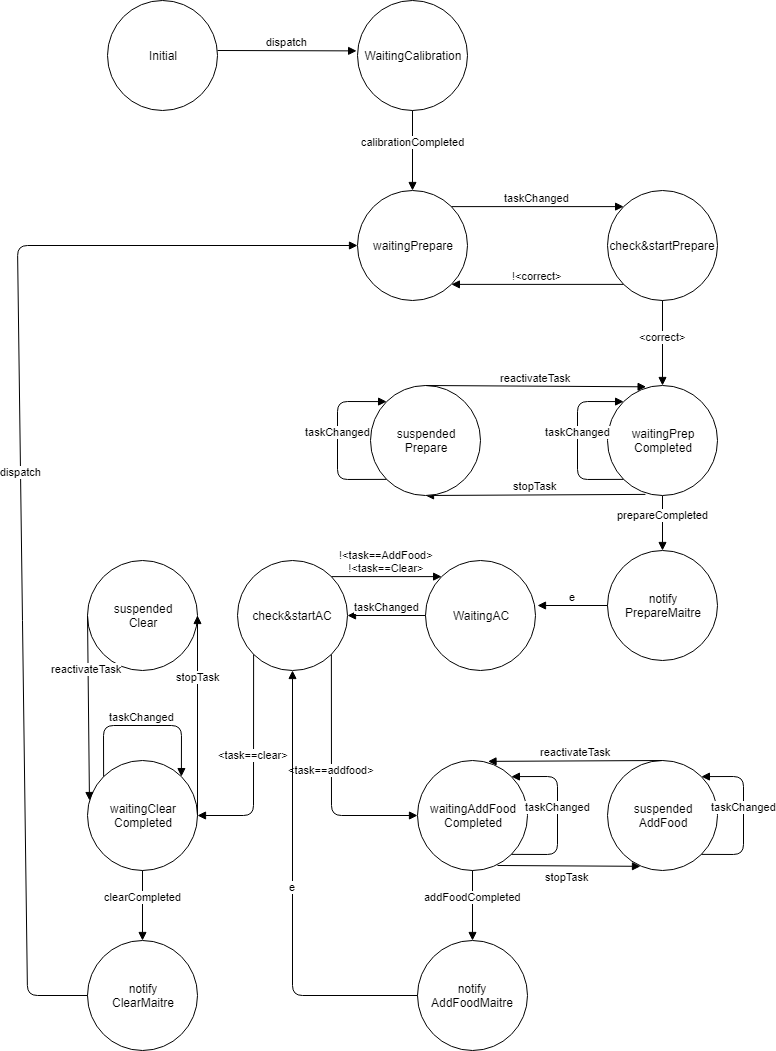
This is Relazioni/images/sprint4/ButlerMindBehaviour.png from xAlessandroC/iss2019TemaFinale, a draw.io export, as it was before one commit. Source tidied: cells renumbered, new cells last; positions are measured from the earlier drawing's top-left corner, leaving out a move shared by most shapes.
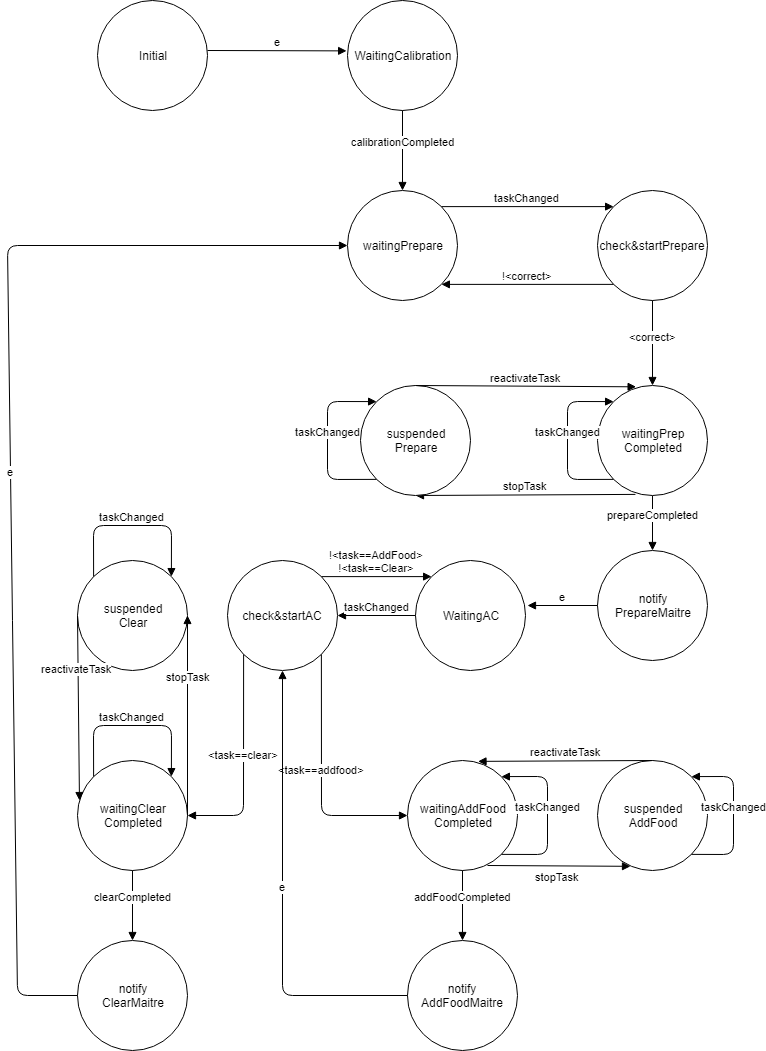
The same diagram one commit later.

Diff of the diagram source:
```diff
@@ -11,7 +11,7 @@
     <mxCell id="4" value="waitingPrepare" style="ellipse;whiteSpace=wrap;html=1;" parent="1" vertex="1">
       <mxGeometry x="340" y="190" width="110" height="110" as="geometry" />
     </mxCell>
-    <mxCell id="5" value="dispatch" style="html=1;verticalAlign=bottom;endArrow=block;entryX=-0.008;entryY=0.458;entryDx=0;entryDy=0;entryPerimeter=0;" parent="1" edge="1" target="3">
+    <mxCell id="5" value="e" style="html=1;verticalAlign=bottom;endArrow=block;entryX=-0.008;entryY=0.458;entryDx=0;entryDy=0;entryPerimeter=0;" parent="1" edge="1" target="3">
       <mxGeometry relative="1" as="geometry">
         <mxPoint x="200" y="50" as="sourcePoint" />
       </mxGeometry>
@@ -92,7 +92,7 @@
         </Array>
       </mxGeometry>
     </mxCell>
-    <mxCell id="26" value="dispatch" style="html=1;verticalAlign=bottom;endArrow=block;exitX=0;exitY=0.5;exitDx=0;exitDy=0;entryX=0;entryY=0.5;entryDx=0;entryDy=0;" parent="1" edge="1" source="22" target="4">
+    <mxCell id="26" value="e" style="html=1;verticalAlign=bottom;endArrow=block;exitX=0;exitY=0.5;exitDx=0;exitDy=0;entryX=0;entryY=0.5;entryDx=0;entryDy=0;" parent="1" edge="1" source="22" target="4">
       <mxGeometry relative="1" as="geometry">
         <Array as="points">
           <mxPoint x="10" y="995" />
@@ -178,5 +178,13 @@
     <mxCell id="42" value="reactivateTask" style="html=1;verticalAlign=bottom;endArrow=block;entryX=0.018;entryY=0.364;entryDx=0;entryDy=0;entryPerimeter=0;exitX=0;exitY=0.5;exitDx=0;exitDy=0;" parent="1" edge="1" source="40" target="18">
       <mxGeometry x="-0.33" y="-2" relative="1" as="geometry" />
     </mxCell>
+    <mxCell id="43" value="taskChanged" style="html=1;verticalAlign=bottom;endArrow=block;exitX=0;exitY=0;exitDx=0;exitDy=0;entryX=1;entryY=0;entryDx=0;entryDy=0;" parent="1" edge="1" source="40" target="40">
+      <mxGeometry relative="1" as="geometry">
+        <Array as="points">
+          <mxPoint x="86" y="525" />
+          <mxPoint x="164" y="525" />
+        </Array>
+      </mxGeometry>
+    </mxCell>
   </root>
 </mxGraphModel>
```
